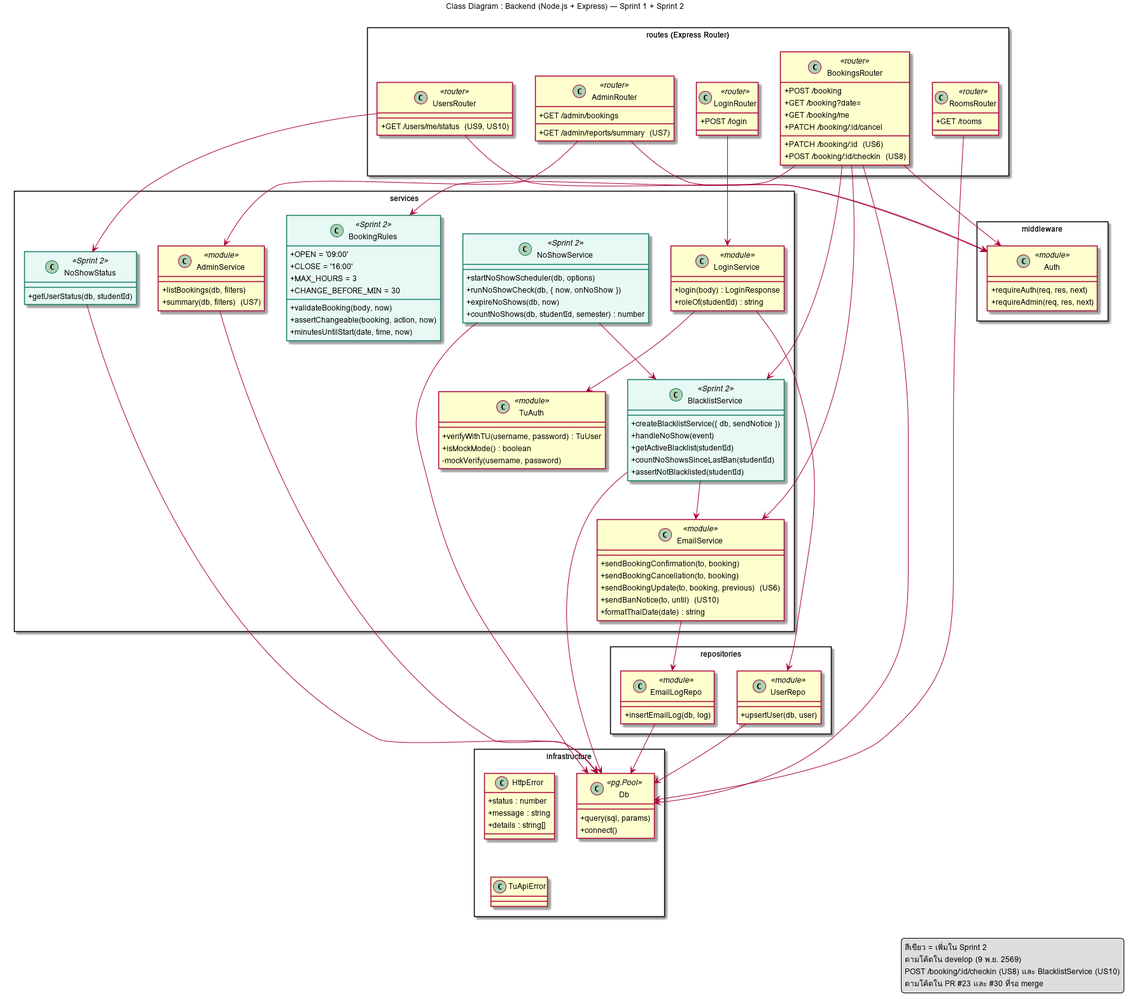
Above: docs/design/class-diagram.png in niairi/cs261_650001_group8 (PlantUML), before the change. Its source is kept beside it as docs/design/class-diagram.puml.
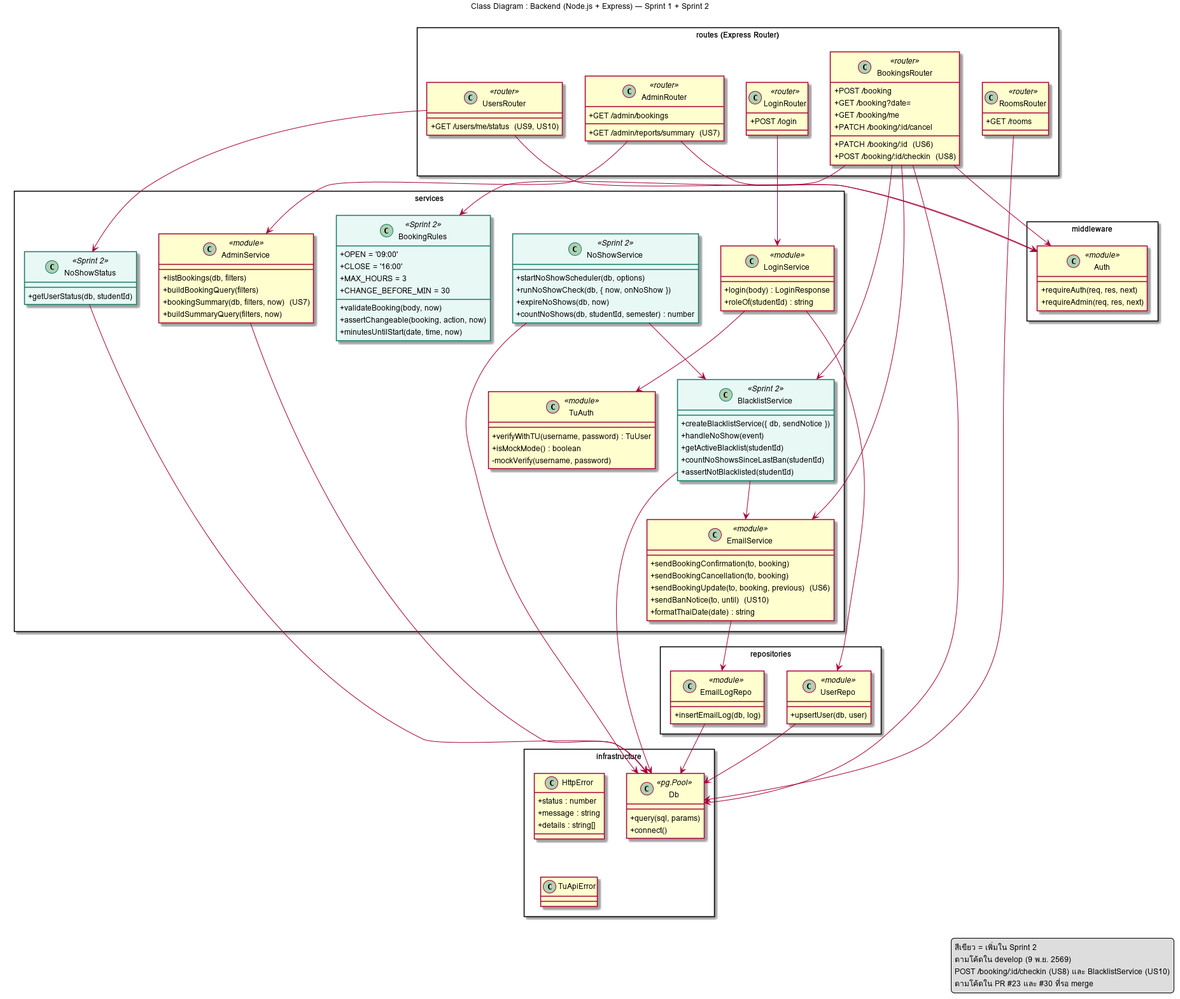
The same file after the commit.

Commit message:
docs(Task58): แก้ชื่อ endpoint/ฟังก์ชัน US7 ให้ตรงโค้ด (bookingSummary, date_from/date_to)

Change to the diagram source:
```diff
@@ -68,7 +68,9 @@
   }
   class AdminService <<module>> {
     + listBookings(db, filters)
-    + summary(db, filters)  (US7)
+    + buildBookingQuery(filters)
+    + bookingSummary(db, filters, now)  (US7)
+    + buildSummaryQuery(filters, now)
   }
   class NoShowService <<Sprint 2>> {
     + startNoShowScheduler(db, options)
```
